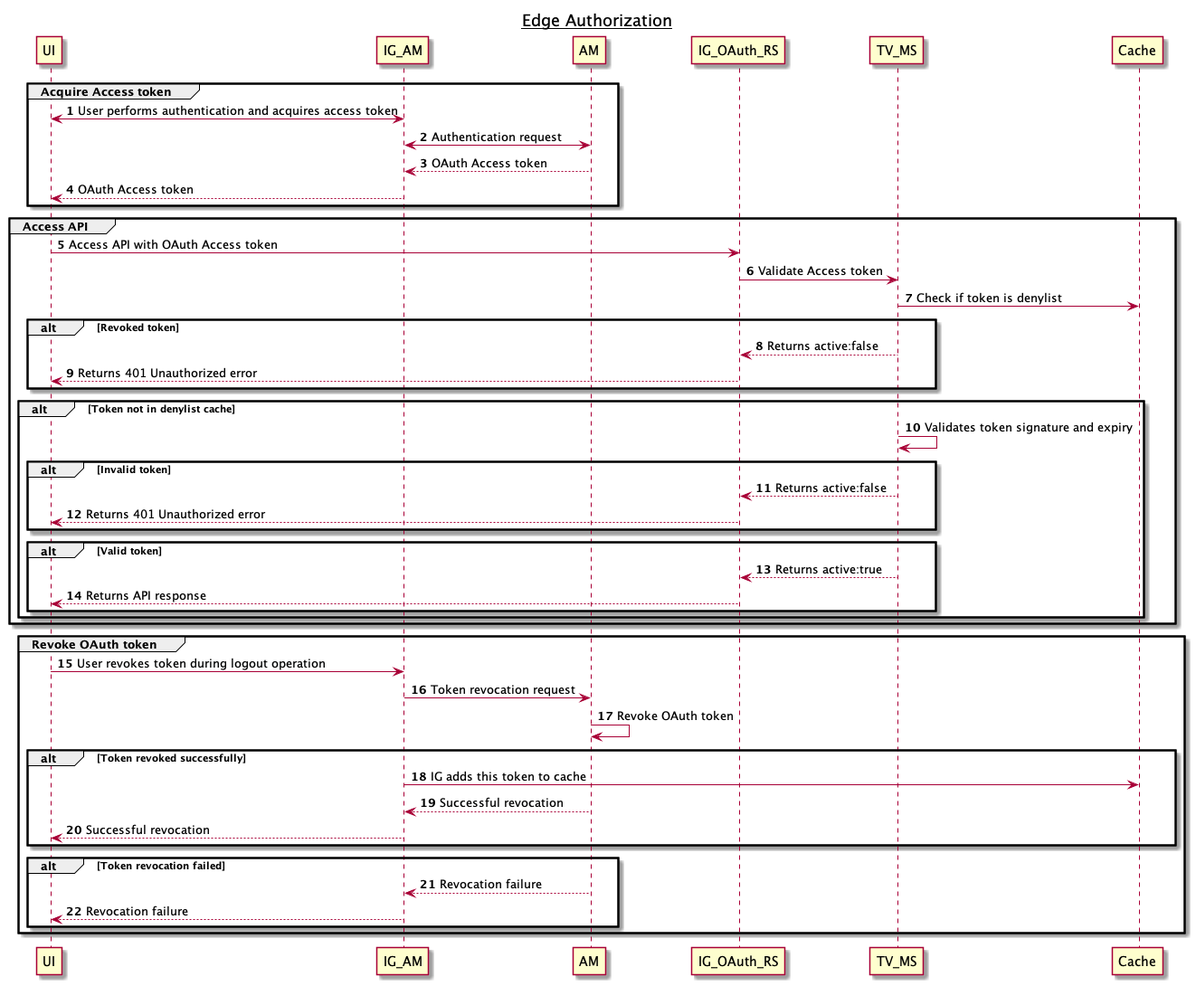
CharanMann/EdgeAuthz-TokenValidation keeps this PlantUML diagram as diagrams/EdgeAuthzSequence.png. Above is the earlier version.
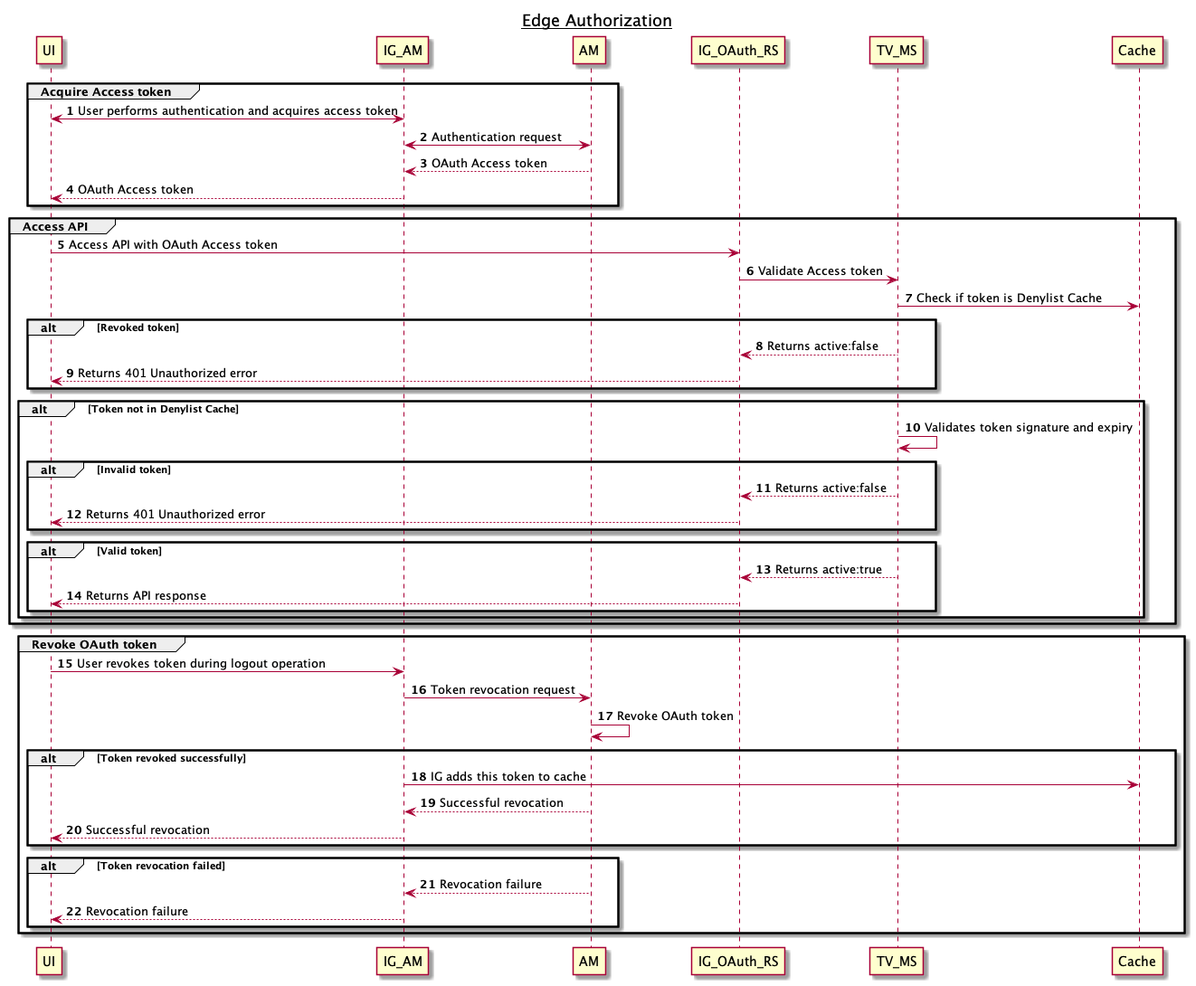
The same file after the commit.

Commit message:
Denylist Cache updates

Change to the diagram source:
```diff
@@ -12,12 +12,12 @@
 group Access API
 UI->IG_OAuth_RS: Access API with OAuth Access token
 IG_OAuth_RS->TV_MS: Validate Access token
-TV_MS->Cache: Check if token is denylist
+TV_MS->Cache: Check if token is Denylist Cache
 alt Revoked token
 TV_MS-->IG_OAuth_RS: Returns active:false
 IG_OAuth_RS-->UI: Returns 401 Unauthorized error
 end
-alt Token not in denylist cache
+alt Token not in Denylist Cache
 TV_MS->TV_MS: Validates token signature and expiry
 alt Invalid token
 TV_MS-->IG_OAuth_RS: Returns active:false
```
